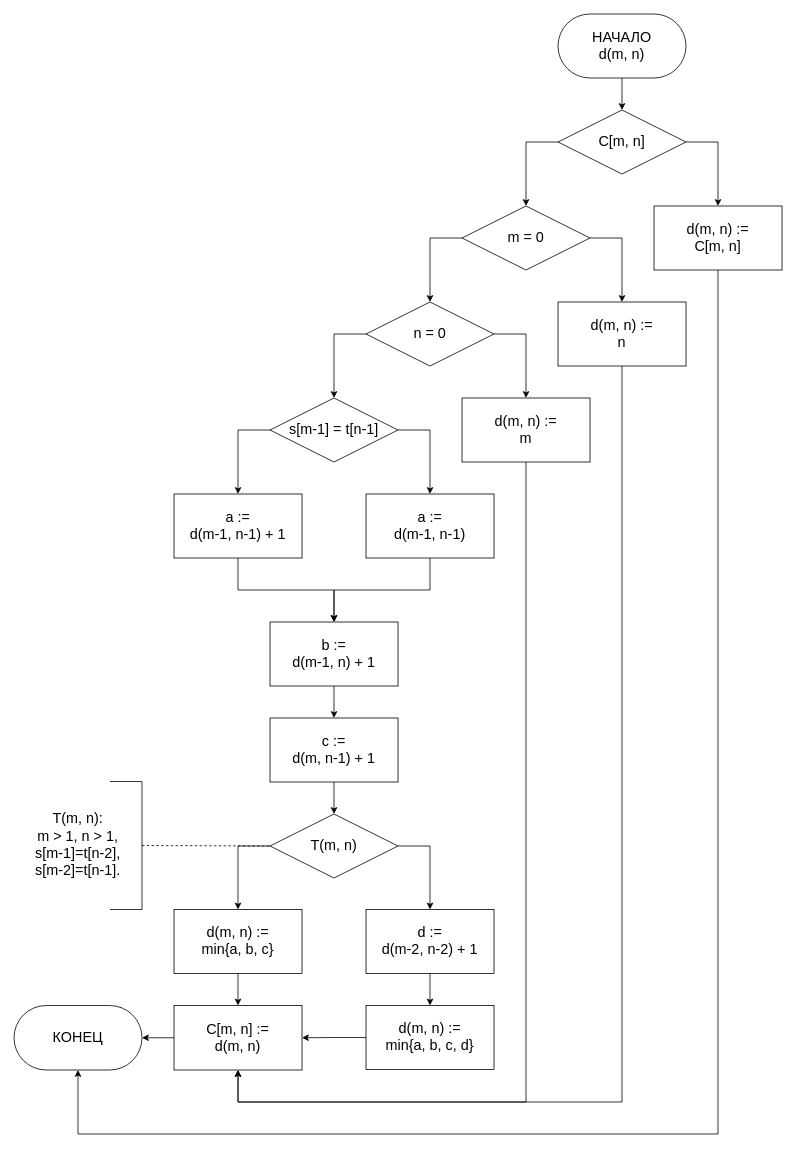
The draw.io diagram lab-01/report/alg-dl-memoizing.drawio in spkirich/bmstu-aa, before the edit. Source tidied: cells renumbered, new cells numbered last; positions are measured from the earlier drawing's top-left corner, leaving out a move shared by most shapes. Both pictures are drawn from the tidied source at 80%, with x=0, y=0 at pixel (14, 14).
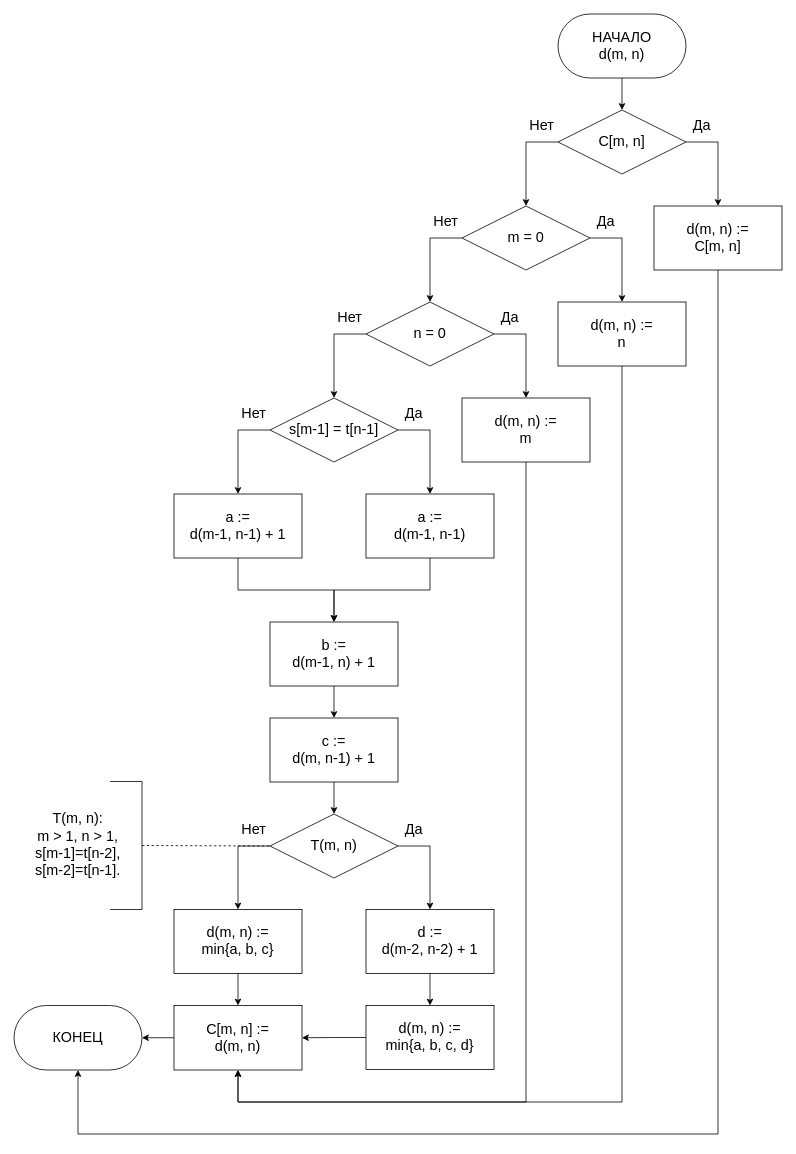
The same page after the edit.

The edit, as a diff of the source:
```diff
@@
+    <mxCell id="47" value="Да" style="text;html=1;strokeColor=none;fillColor=none;align=center;verticalAlign=middle;whiteSpace=wrap;rounded=0;fontSize=18;" parent="1" vertex="1">
+      <mxGeometry x="840" y="120" width="40" height="40" as="geometry" />
+    </mxCell>
+    <mxCell id="48" value="Да" style="text;html=1;strokeColor=none;fillColor=none;align=center;verticalAlign=middle;whiteSpace=wrap;rounded=0;fontSize=18;" parent="1" vertex="1">
+      <mxGeometry x="720" y="240" width="40" height="40" as="geometry" />
+    </mxCell>
+    <mxCell id="49" value="Нет" style="text;html=1;strokeColor=none;fillColor=none;align=center;verticalAlign=middle;whiteSpace=wrap;rounded=0;fontSize=18;" parent="1" vertex="1">
+      <mxGeometry x="640" y="120" width="40" height="40" as="geometry" />
+    </mxCell>
+    <mxCell id="50" value="Нет" style="text;html=1;strokeColor=none;fillColor=none;align=center;verticalAlign=middle;whiteSpace=wrap;rounded=0;fontSize=18;" parent="1" vertex="1">
+      <mxGeometry x="520" y="240" width="40" height="40" as="geometry" />
+    </mxCell>
+    <mxCell id="51" value="Нет" style="text;html=1;strokeColor=none;fillColor=none;align=center;verticalAlign=middle;whiteSpace=wrap;rounded=0;fontSize=18;" parent="1" vertex="1">
+      <mxGeometry x="400" y="360" width="40" height="40" as="geometry" />
+    </mxCell>
+    <mxCell id="52" value="Нет" style="text;html=1;strokeColor=none;fillColor=none;align=center;verticalAlign=middle;whiteSpace=wrap;rounded=0;fontSize=18;" parent="1" vertex="1">
+      <mxGeometry x="280" y="480" width="40" height="40" as="geometry" />
+    </mxCell>
+    <mxCell id="53" value="Нет" style="text;html=1;strokeColor=none;fillColor=none;align=center;verticalAlign=middle;whiteSpace=wrap;rounded=0;fontSize=18;" parent="1" vertex="1">
+      <mxGeometry x="280" y="1000" width="40" height="40" as="geometry" />
+    </mxCell>
+    <mxCell id="54" value="Да" style="text;html=1;strokeColor=none;fillColor=none;align=center;verticalAlign=middle;whiteSpace=wrap;rounded=0;fontSize=18;" parent="1" vertex="1">
+      <mxGeometry x="600" y="360" width="40" height="40" as="geometry" />
+    </mxCell>
+    <mxCell id="55" value="Да" style="text;html=1;strokeColor=none;fillColor=none;align=center;verticalAlign=middle;whiteSpace=wrap;rounded=0;fontSize=18;" parent="1" vertex="1">
+      <mxGeometry x="480" y="480" width="40" height="40" as="geometry" />
+    </mxCell>
+    <mxCell id="56" value="Да" style="text;html=1;strokeColor=none;fillColor=none;align=center;verticalAlign=middle;whiteSpace=wrap;rounded=0;fontSize=18;" parent="1" vertex="1">
+      <mxGeometry x="480" y="1000" width="40" height="40" as="geometry" />
+    </mxCell>
```
